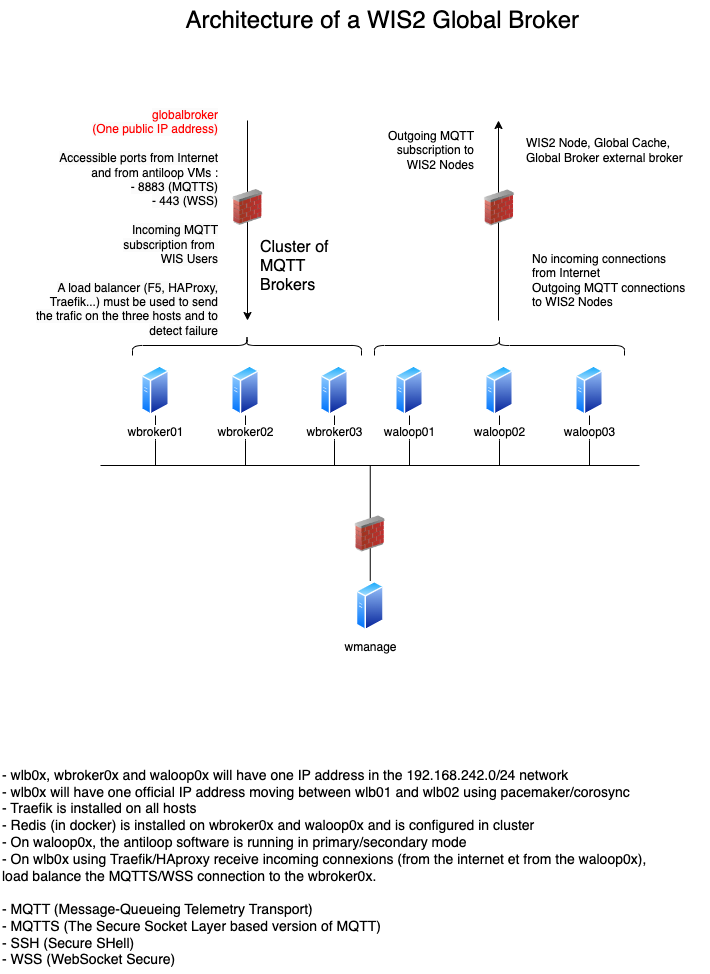
The draw.io diagram Documentation/images/GlobalBroker-Design.png in golfvert/WIS2-GlobalBroker-Tools, before a commit. Source tidied: cells renumbered, new cells last; positions are measured from the earlier drawing's top-left corner, leaving out a move shared by most shapes. Source of this version:
```xml
<mxGraphModel>
  <root>
    <mxCell id="0" />
    <mxCell id="1" parent="0" />
    <mxCell id="2" style="endArrow=none;html=1;rounded=0;" parent="1" edge="1">
      <mxGeometry relative="1" as="geometry">
        <mxPoint x="100" y="465" as="sourcePoint" />
        <mxPoint x="639" y="465" as="targetPoint" />
      </mxGeometry>
    </mxCell>
    <mxCell id="3" style="edgeStyle=orthogonalEdgeStyle;rounded=0;jettySize=auto;html=1;endArrow=none;endFill=0;" parent="1" edge="1" source="4">
      <mxGeometry relative="1" as="geometry">
        <mxPoint x="155" y="465" as="targetPoint" />
      </mxGeometry>
    </mxCell>
    <mxCell id="4" value="wbroker01" style="perimeter=ellipsePerimeter;html=1;align=center;shadow=0;dashed=0;spacingTop=3;image;image=img/lib/active_directory/generic_server.svg;" parent="1" vertex="1">
      <mxGeometry x="141" y="365" width="28" height="50" as="geometry" />
    </mxCell>
    <mxCell id="5" style="edgeStyle=orthogonalEdgeStyle;rounded=0;jettySize=auto;html=1;endArrow=none;endFill=0;" parent="1" edge="1" source="6">
      <mxGeometry relative="1" as="geometry">
        <mxPoint x="245" y="465" as="targetPoint" />
      </mxGeometry>
    </mxCell>
    <mxCell id="6" value="wbroker02" style="perimeter=ellipsePerimeter;html=1;align=center;shadow=0;dashed=0;spacingTop=3;image;image=img/lib/active_directory/generic_server.svg;" parent="1" vertex="1">
      <mxGeometry x="231" y="365" width="28" height="50" as="geometry" />
    </mxCell>
    <mxCell id="7" style="edgeStyle=orthogonalEdgeStyle;rounded=0;jettySize=auto;html=1;endArrow=none;endFill=0;" parent="1" edge="1" source="8">
      <mxGeometry relative="1" as="geometry">
        <mxPoint x="334" y="465" as="targetPoint" />
      </mxGeometry>
    </mxCell>
    <mxCell id="8" value="wbroker03" style="perimeter=ellipsePerimeter;html=1;align=center;shadow=0;dashed=0;spacingTop=3;image;image=img/lib/active_directory/generic_server.svg;" parent="1" vertex="1">
      <mxGeometry x="320" y="365" width="28" height="50" as="geometry" />
    </mxCell>
    <mxCell id="9" value="wmanage" style="perimeter=ellipsePerimeter;html=1;align=center;shadow=0;dashed=0;spacingTop=3;image;image=img/lib/active_directory/generic_server.svg;" parent="1" vertex="1">
      <mxGeometry x="355.8" y="580.5" width="28" height="50" as="geometry" />
    </mxCell>
    <mxCell id="10" style="edgeStyle=orthogonalEdgeStyle;rounded=0;jettySize=auto;html=1;endArrow=none;endFill=0;" parent="1" edge="1" source="11">
      <mxGeometry relative="1" as="geometry">
        <mxPoint x="409" y="465" as="targetPoint" />
      </mxGeometry>
    </mxCell>
    <mxCell id="11" value="waloop01" style="perimeter=ellipsePerimeter;html=1;align=center;shadow=0;dashed=0;spacingTop=3;image;image=img/lib/active_directory/generic_server.svg;" parent="1" vertex="1">
      <mxGeometry x="395" y="365" width="28" height="50" as="geometry" />
    </mxCell>
    <mxCell id="12" style="edgeStyle=orthogonalEdgeStyle;rounded=0;jettySize=auto;html=1;endArrow=none;endFill=0;" parent="1" edge="1" source="13">
      <mxGeometry relative="1" as="geometry">
        <mxPoint x="499" y="465" as="targetPoint" />
      </mxGeometry>
    </mxCell>
    <mxCell id="13" value="waloop02" style="perimeter=ellipsePerimeter;html=1;align=center;shadow=0;dashed=0;spacingTop=3;image;image=img/lib/active_directory/generic_server.svg;" parent="1" vertex="1">
      <mxGeometry x="485" y="365" width="28" height="50" as="geometry" />
    </mxCell>
    <mxCell id="14" style="edgeStyle=orthogonalEdgeStyle;rounded=0;jettySize=auto;html=1;endArrow=none;endFill=0;" parent="1" edge="1" source="15">
      <mxGeometry relative="1" as="geometry">
        <mxPoint x="589" y="465" as="targetPoint" />
      </mxGeometry>
    </mxCell>
    <mxCell id="15" value="waloop03" style="perimeter=ellipsePerimeter;html=1;align=center;shadow=0;dashed=0;spacingTop=3;image;image=img/lib/active_directory/generic_server.svg;" parent="1" vertex="1">
      <mxGeometry x="575" y="365" width="28" height="50" as="geometry" />
    </mxCell>
    <mxCell id="16" value="&lt;font style=&quot;font-size: 16px;&quot;&gt;Cluster of&lt;br&gt;MQTT &lt;br&gt;Brokers&lt;/font&gt;" style="text;html=1;align=left;verticalAlign=middle;strokeColor=none;fillColor=none;" parent="1" vertex="1">
      <mxGeometry x="258" y="230.5" width="90" height="70" as="geometry" />
    </mxCell>
    <mxCell id="17" style="shape=curlyBracket;whiteSpace=wrap;html=1;rounded=1;flipH=1;labelPosition=right;verticalLabelPosition=middle;align=left;verticalAlign=middle;rotation=-90;" parent="1" vertex="1">
      <mxGeometry x="489" y="220" width="20" height="250" as="geometry" />
    </mxCell>
    <mxCell id="18" value="No incoming connections&amp;nbsp;&lt;br&gt;from Internet&lt;br&gt;Outgoing MQTT connections &lt;br&gt;to WIS2 Nodes" style="text;html=1;align=left;verticalAlign=middle;strokeColor=none;fillColor=none;" parent="1" vertex="1">
      <mxGeometry x="530" y="245" width="180" height="70" as="geometry" />
    </mxCell>
    <mxCell id="19" value="- wlb0x, wbroker0x and waloop0x will have one IP address in the 192.168.242.0/24 network&lt;br&gt;&lt;div style=&quot;border-color: var(--border-color);&quot;&gt;- wlb0x will have one official IP address moving between wlb01 and wlb02 using pacemaker/corosync&lt;/div&gt;- Traefik is installed on all hosts&lt;br&gt;&lt;span style=&quot;background-color: initial;&quot;&gt;- Redis (in docker) is installed on wbroker0x and waloop0x and is configured in cluster&lt;/span&gt;&lt;br&gt;&lt;div style=&quot;font-size: 14px;&quot;&gt;&lt;span style=&quot;background-color: initial; font-size: 14px;&quot;&gt;- On waloop0x, the antiloop software is running in primary/secondary mode&lt;/span&gt;&lt;/div&gt;&lt;div style=&quot;font-size: 14px;&quot;&gt;- On wlb0x using Traefik/HAproxy receive incoming connexions (from the internet et from the waloop0x),&lt;/div&gt;&lt;div style=&quot;font-size: 14px;&quot;&gt;load balance the MQTTS/WSS connection to the wbroker0x.&amp;nbsp;&lt;/div&gt;&lt;div style=&quot;font-size: 14px;&quot;&gt;&lt;br&gt;&lt;/div&gt;&lt;div style=&quot;font-size: 14px;&quot;&gt;&lt;span style=&quot;background-color: initial; font-size: 14px;&quot;&gt;- MQTT (Message-Queueing Telemetry Transport)&lt;/span&gt;&lt;/div&gt;&lt;div style=&quot;font-size: 14px;&quot;&gt;&lt;span style=&quot;background-color: initial; font-size: 14px;&quot;&gt;- MQTTS (The Secure Socket Layer based version of MQTT)&lt;/span&gt;&lt;/div&gt;&lt;div style=&quot;font-size: 14px;&quot;&gt;&lt;span style=&quot;background-color: initial; font-size: 14px;&quot;&gt;- SSH (Secure SHell)&lt;/span&gt;&lt;/div&gt;&lt;div style=&quot;font-size: 14px;&quot;&gt;&lt;span style=&quot;background-color: initial; font-size: 14px;&quot;&gt;- WSS (WebSocket Secure)&lt;/span&gt;&lt;/div&gt;" style="text;html=1;align=left;verticalAlign=middle;strokeColor=none;fillColor=none;fontSize=14;" parent="1" vertex="1">
      <mxGeometry y="760" width="662" height="214" as="geometry" />
    </mxCell>
    <mxCell id="20" style="endArrow=classic;html=1;rounded=0;fontSize=14;fontColor=#000000;" parent="1" edge="1">
      <mxGeometry relative="1" as="geometry">
        <mxPoint x="247" y="120" as="sourcePoint" />
        <mxPoint x="247" y="320" as="targetPoint" />
      </mxGeometry>
    </mxCell>
    <mxCell id="21" style="endArrow=classic;html=1;rounded=0;fontSize=14;fontColor=#000000;" parent="1" edge="1">
      <mxGeometry relative="1" as="geometry">
        <mxPoint x="498" y="320" as="sourcePoint" />
        <mxPoint x="498" y="120" as="targetPoint" />
      </mxGeometry>
    </mxCell>
    <mxCell id="22" value="Outgoing MQTT&lt;br&gt;subscription to&lt;br&gt;WIS2 Nodes" style="text;html=1;align=right;verticalAlign=middle;strokeColor=none;fillColor=none;fontSize=12;fontColor=#000000;" parent="1" vertex="1">
      <mxGeometry x="365.2" y="120" width="110" height="60" as="geometry" />
    </mxCell>
    <mxCell id="23" value="WIS2 Node, Global Cache, &lt;br&gt;Global Broker external broker" style="text;html=1;align=left;verticalAlign=middle;strokeColor=none;fillColor=none;" parent="1" vertex="1">
      <mxGeometry x="524" y="130" width="180" height="40" as="geometry" />
    </mxCell>
    <mxCell id="24" style="shape=curlyBracket;whiteSpace=wrap;html=1;rounded=1;flipH=1;labelPosition=right;verticalLabelPosition=middle;align=left;verticalAlign=middle;rotation=-90;" parent="1" vertex="1">
      <mxGeometry x="236.5" y="230.5" width="20" height="229" as="geometry" />
    </mxCell>
    <mxCell id="25" value="&lt;span style=&quot;font-family: Helvetica; font-size: 12px; font-style: normal; font-variant-ligatures: normal; font-variant-caps: normal; font-weight: 400; letter-spacing: normal; orphans: 2; text-indent: 0px; text-transform: none; widows: 2; word-spacing: 0px; -webkit-text-stroke-width: 0px; background-color: rgb(251, 251, 251); text-decoration-thickness: initial; text-decoration-style: initial; text-decoration-color: initial; float: none; display: inline !important;&quot;&gt;&lt;font color=&quot;#ff0000&quot;&gt;globalbroker&lt;br&gt;(One public IP address)&lt;br&gt;&lt;br&gt;&lt;/font&gt;Accessible ports from Internet&lt;br&gt;&lt;div style=&quot;&quot;&gt;&lt;span style=&quot;background-color: initial;&quot;&gt;and from antiloop VMs :&lt;/span&gt;&lt;/div&gt;&lt;/span&gt;&lt;span style=&quot;color: rgb(0, 0, 0); font-family: Helvetica; font-size: 12px; font-style: normal; font-variant-ligatures: normal; font-variant-caps: normal; font-weight: 400; letter-spacing: normal; orphans: 2; text-indent: 0px; text-transform: none; widows: 2; word-spacing: 0px; -webkit-text-stroke-width: 0px; background-color: rgb(251, 251, 251); text-decoration-thickness: initial; text-decoration-style: initial; text-decoration-color: initial; float: none; display: inline !important;&quot;&gt;- 8883 (MQTTS)&lt;/span&gt;&lt;br style=&quot;border-color: var(--border-color); color: rgb(0, 0, 0); font-family: Helvetica; font-size: 12px; font-style: normal; font-variant-ligatures: normal; font-variant-caps: normal; font-weight: 400; letter-spacing: normal; orphans: 2; text-indent: 0px; text-transform: none; widows: 2; word-spacing: 0px; -webkit-text-stroke-width: 0px; background-color: rgb(251, 251, 251); text-decoration-thickness: initial; text-decoration-style: initial; text-decoration-color: initial;&quot;&gt;&lt;span style=&quot;color: rgb(0, 0, 0); font-family: Helvetica; font-size: 12px; font-style: normal; font-variant-ligatures: normal; font-variant-caps: normal; font-weight: 400; letter-spacing: normal; orphans: 2; text-indent: 0px; text-transform: none; widows: 2; word-spacing: 0px; -webkit-text-stroke-width: 0px; background-color: rgb(251, 251, 251); text-decoration-thickness: initial; text-decoration-style: initial; text-decoration-color: initial; float: none; display: inline !important;&quot;&gt;- 443 (WSS)&lt;br&gt;&lt;br&gt;Incoming MQTT&lt;br style=&quot;border-color: var(--border-color);&quot;&gt;&lt;span style=&quot;&quot;&gt;subscription from&amp;nbsp;&lt;/span&gt;&lt;br style=&quot;border-color: var(--border-color);&quot;&gt;&lt;span style=&quot;&quot;&gt;WIS Users&lt;br&gt;&lt;/span&gt;&lt;br&gt;A load balancer (F5, HAProxy, Traefik...) must be used to send the trafic on the three hosts and to detect failure&lt;br&gt;&lt;br&gt;&lt;br&gt;&lt;/span&gt;" style="text;whiteSpace=wrap;html=1;align=right;" parent="1" vertex="1">
      <mxGeometry x="30" y="101" width="190" height="179" as="geometry" />
    </mxCell>
    <mxCell id="26" style="endArrow=none;html=1;rounded=0;exitX=0.5;exitY=0;exitDx=0;exitDy=0;" parent="1" edge="1" source="9">
      <mxGeometry relative="1" as="geometry">
        <mxPoint x="369.8" y="464.5" as="targetPoint" />
      </mxGeometry>
    </mxCell>
    <mxCell id="27" style="image;html=1;image=img/lib/clip_art/networking/Firewall_02_128x128.png;" parent="1" vertex="1">
      <mxGeometry x="346" y="515.5" width="47.5" height="36" as="geometry" />
    </mxCell>
    <mxCell id="28" value="&lt;font style=&quot;font-size: 24px;&quot;&gt;Architecture of a WIS2 Global Broker&lt;/font&gt;" style="text;html=1;align=right;verticalAlign=middle;strokeColor=none;fillColor=none;" parent="1" vertex="1">
      <mxGeometry x="159.8" width="420" height="40" as="geometry" />
    </mxCell>
    <mxCell id="29" style="image;html=1;image=img/lib/clip_art/networking/Firewall_02_128x128.png;" parent="1" vertex="1">
      <mxGeometry x="223.8" y="189" width="47.5" height="36" as="geometry" />
    </mxCell>
    <mxCell id="30" style="image;html=1;image=img/lib/clip_art/networking/Firewall_02_128x128.png;" parent="1" vertex="1">
      <mxGeometry x="475.2" y="189.5" width="47.5" height="36" as="geometry" />
    </mxCell>
  </root>
</mxGraphModel>
```
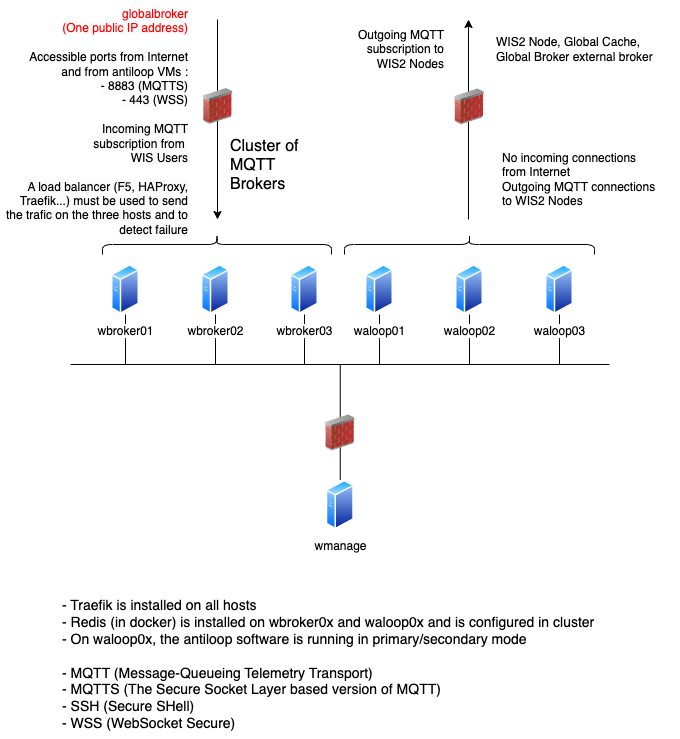
Later version of the same file.

The edit, as a diff of the source:
```diff
@@ -68,8 +68,8 @@
     <mxCell id="18" value="No incoming connections&amp;nbsp;&lt;br&gt;from Internet&lt;br&gt;Outgoing MQTT connections &lt;br&gt;to WIS2 Nodes" style="text;html=1;align=left;verticalAlign=middle;strokeColor=none;fillColor=none;" parent="1" vertex="1">
       <mxGeometry x="530" y="245" width="180" height="70" as="geometry" />
     </mxCell>
-    <mxCell id="19" value="- wlb0x, wbroker0x and waloop0x will have one IP address in the 192.168.242.0/24 network&lt;br&gt;&lt;div style=&quot;border-color: var(--border-color);&quot;&gt;- wlb0x will have one official IP address moving between wlb01 and wlb02 using pacemaker/corosync&lt;/div&gt;- Traefik is installed on all hosts&lt;br&gt;&lt;span style=&quot;background-color: initial;&quot;&gt;- Redis (in docker) is installed on wbroker0x and waloop0x and is configured in cluster&lt;/span&gt;&lt;br&gt;&lt;div style=&quot;font-size: 14px;&quot;&gt;&lt;span style=&quot;background-color: initial; font-size: 14px;&quot;&gt;- On waloop0x, the antiloop software is running in primary/secondary mode&lt;/span&gt;&lt;/div&gt;&lt;div style=&quot;font-size: 14px;&quot;&gt;- On wlb0x using Traefik/HAproxy receive incoming connexions (from the internet et from the waloop0x),&lt;/div&gt;&lt;div style=&quot;font-size: 14px;&quot;&gt;load balance the MQTTS/WSS connection to the wbroker0x.&amp;nbsp;&lt;/div&gt;&lt;div style=&quot;font-size: 14px;&quot;&gt;&lt;br&gt;&lt;/div&gt;&lt;div style=&quot;font-size: 14px;&quot;&gt;&lt;span style=&quot;background-color: initial; font-size: 14px;&quot;&gt;- MQTT (Message-Queueing Telemetry Transport)&lt;/span&gt;&lt;/div&gt;&lt;div style=&quot;font-size: 14px;&quot;&gt;&lt;span style=&quot;background-color: initial; font-size: 14px;&quot;&gt;- MQTTS (The Secure Socket Layer based version of MQTT)&lt;/span&gt;&lt;/div&gt;&lt;div style=&quot;font-size: 14px;&quot;&gt;&lt;span style=&quot;background-color: initial; font-size: 14px;&quot;&gt;- SSH (Secure SHell)&lt;/span&gt;&lt;/div&gt;&lt;div style=&quot;font-size: 14px;&quot;&gt;&lt;span style=&quot;background-color: initial; font-size: 14px;&quot;&gt;- WSS (WebSocket Secure)&lt;/span&gt;&lt;/div&gt;" style="text;html=1;align=left;verticalAlign=middle;strokeColor=none;fillColor=none;fontSize=14;" parent="1" vertex="1">
-      <mxGeometry y="760" width="662" height="214" as="geometry" />
+    <mxCell id="19" value="- Traefik is installed on all hosts&lt;br&gt;&lt;span style=&quot;background-color: initial;&quot;&gt;- Redis (in docker) is installed on wbroker0x and waloop0x and is configured in cluster&lt;/span&gt;&lt;br&gt;&lt;div style=&quot;font-size: 14px;&quot;&gt;&lt;span style=&quot;background-color: initial; font-size: 14px;&quot;&gt;- On waloop0x, the antiloop software is running in primary/secondary mode&lt;/span&gt;&lt;/div&gt;&lt;div style=&quot;font-size: 14px;&quot;&gt;&lt;br&gt;&lt;/div&gt;&lt;div style=&quot;font-size: 14px;&quot;&gt;&lt;span style=&quot;background-color: initial; font-size: 14px;&quot;&gt;- MQTT (Message-Queueing Telemetry Transport)&lt;/span&gt;&lt;/div&gt;&lt;div style=&quot;font-size: 14px;&quot;&gt;&lt;span style=&quot;background-color: initial; font-size: 14px;&quot;&gt;- MQTTS (The Secure Socket Layer based version of MQTT)&lt;/span&gt;&lt;/div&gt;&lt;div style=&quot;font-size: 14px;&quot;&gt;&lt;span style=&quot;background-color: initial; font-size: 14px;&quot;&gt;- SSH (Secure SHell)&lt;/span&gt;&lt;/div&gt;&lt;div style=&quot;font-size: 14px;&quot;&gt;&lt;span style=&quot;background-color: initial; font-size: 14px;&quot;&gt;- WSS (WebSocket Secure)&lt;/span&gt;&lt;/div&gt;" style="text;html=1;align=left;verticalAlign=middle;strokeColor=none;fillColor=none;fontSize=14;" parent="1" vertex="1">
+      <mxGeometry x="89.8" y="690" width="560" height="150" as="geometry" />
     </mxCell>
     <mxCell id="20" style="endArrow=classic;html=1;rounded=0;fontSize=14;fontColor=#000000;" parent="1" edge="1">
       <mxGeometry relative="1" as="geometry">
@@ -103,9 +103,6 @@
     <mxCell id="27" style="image;html=1;image=img/lib/clip_art/networking/Firewall_02_128x128.png;" parent="1" vertex="1">
       <mxGeometry x="346" y="515.5" width="47.5" height="36" as="geometry" />
     </mxCell>
-    <mxCell id="28" value="&lt;font style=&quot;font-size: 24px;&quot;&gt;Architecture of a WIS2 Global Broker&lt;/font&gt;" style="text;html=1;align=right;verticalAlign=middle;strokeColor=none;fillColor=none;" parent="1" vertex="1">
-      <mxGeometry x="159.8" width="420" height="40" as="geometry" />
-    </mxCell>
     <mxCell id="29" style="image;html=1;image=img/lib/clip_art/networking/Firewall_02_128x128.png;" parent="1" vertex="1">
       <mxGeometry x="223.8" y="189" width="47.5" height="36" as="geometry" />
     </mxCell>
```
